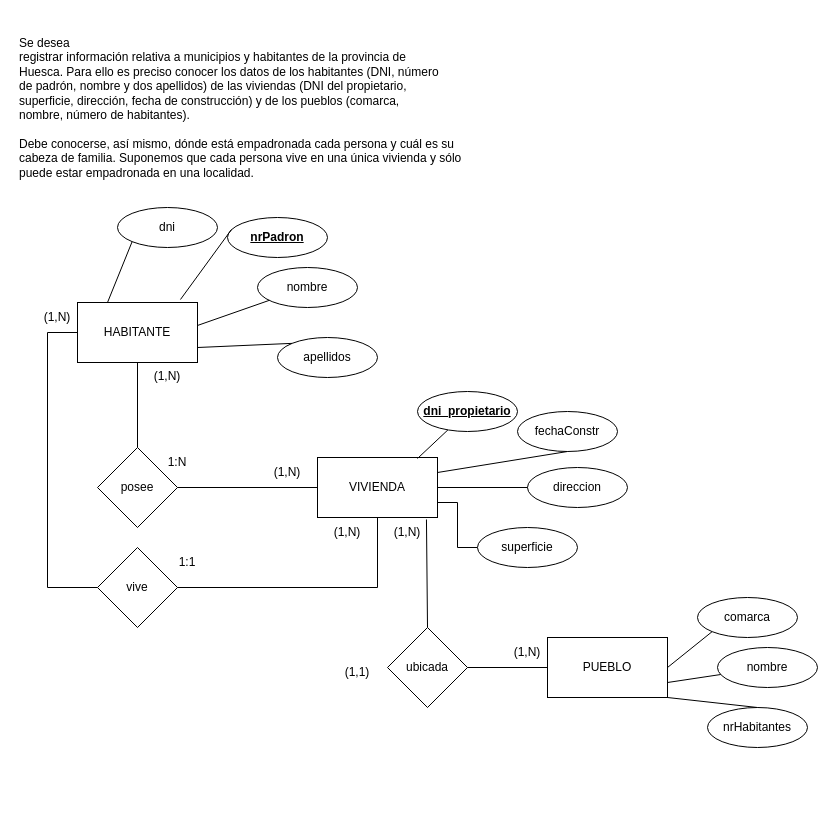
Earlier version of the draw.io diagram U7T2.drawio (memfu/BBDD). Source tidied: cells renumbered, new cells numbered last; positions are measured from the earlier drawing's top-left corner, leaving out a move shared by most shapes. Both pictures are drawn from the tidied source at 100%, with x=0, y=0 at pixel (17, 17).
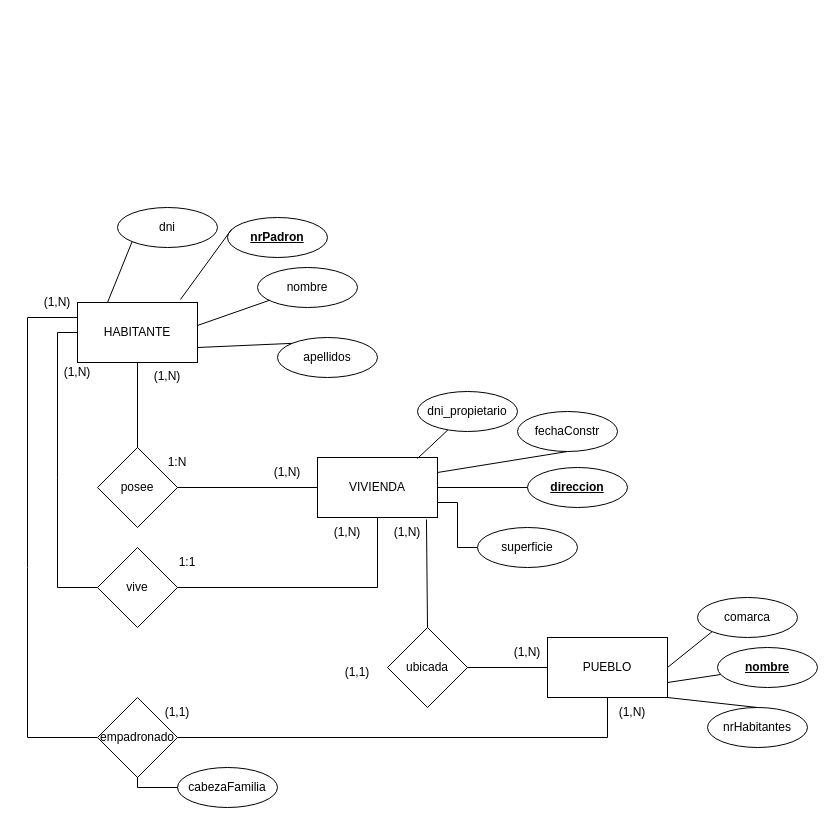
Above is the later version.

Unchanged cells that the change refers to:
```xml
<mxCell id="2" value="HABITANTE" style="rounded=0;whiteSpace=wrap;html=1;" parent="1" vertex="1">
  <mxGeometry x="60" y="285" width="120" height="60" as="geometry" />
</mxCell>
<mxCell id="4" value="PUEBLO" style="rounded=0;whiteSpace=wrap;html=1;" parent="1" vertex="1">
  <mxGeometry x="530" y="620" width="120" height="60" as="geometry" />
</mxCell>
<mxCell id="31" value="vive" style="rhombus;whiteSpace=wrap;html=1;" parent="1" vertex="1">
  <mxGeometry x="80" y="530" width="80" height="80" as="geometry" />
</mxCell>
```

What changed in the source:
```diff
@@
-    <mxCell id="6" value="&lt;p style=&quot;mso-list:none;tab-stops:36.0pt&quot; class=&quot;Pregunta&quot;&gt;&lt;span lang=&quot;ES&quot;&gt;Se desea&#10;registrar información relativa a municipios y habitantes de la provincia de&#10;Huesca. Para ello es preciso conocer los datos de los habitantes (DNI, número&#10;de padrón, nombre y dos apellidos) de las viviendas (DNI del propietario,&#10;superficie, dirección, fecha de construcción) y de los pueblos (comarca,&#10;nombre, número de habitantes).&lt;br&gt;&#10;Debe conocerse, así mismo, dónde está empadronada cada persona y cuál es su&#10;cabeza de familia. Suponemos que cada persona vive en una única vivienda y sólo&#10;puede estar empadronada en una localidad.&lt;/span&gt;&lt;/p&gt;" style="text;whiteSpace=wrap;html=1;" parent="1" vertex="1">
-      <mxGeometry width="460" height="190" as="geometry" />
-    </mxCell>
-    <mxCell id="7" value="nombre" style="ellipse;whiteSpace=wrap;html=1;" parent="1" vertex="1">
+    <mxCell id="7" value="nombre" style="ellipse;whiteSpace=wrap;html=1;fontStyle=5;" parent="1" vertex="1">
       <mxGeometry x="700" y="630" width="100" height="40" as="geometry" />
     </mxCell>
@@
-    <mxCell id="9" value="direccion" style="ellipse;whiteSpace=wrap;html=1;" parent="1" vertex="1">
+    <mxCell id="9" value="direccion" style="ellipse;whiteSpace=wrap;html=1;fontStyle=5;" parent="1" vertex="1">
       <mxGeometry x="510" y="450" width="100" height="40" as="geometry" />
     </mxCell>
@@
-    <mxCell id="16" value="&lt;b&gt;&lt;u&gt;dni_propietario&lt;/u&gt;&lt;/b&gt;" style="ellipse;whiteSpace=wrap;html=1;" parent="1" vertex="1">
+    <mxCell id="16" value="&lt;span&gt;&lt;span&gt;dni_propietario&lt;/span&gt;&lt;/span&gt;" style="ellipse;whiteSpace=wrap;html=1;fontStyle=0;" parent="1" vertex="1">
       <mxGeometry x="400" y="374" width="100" height="40" as="geometry" />
     </mxCell>
@@
     <mxCell id="32" style="endArrow=none;html=1;rounded=0;entryX=0;entryY=0.5;entryDx=0;entryDy=0;exitX=0;exitY=0.5;exitDx=0;exitDy=0;" parent="1" edge="1" source="31" target="2">
       <mxGeometry relative="1" as="geometry">
         <Array as="points">
-          <mxPoint x="30" y="570" />
-          <mxPoint x="30" y="315" />
+          <mxPoint x="40" y="570" />
+          <mxPoint x="40" y="460" />
+          <mxPoint x="40" y="315" />
         </Array>
       </mxGeometry>
     </mxCell>
@@
     <mxCell id="37" value="(1,N)" style="text;html=1;strokeColor=none;fillColor=none;align=center;verticalAlign=middle;whiteSpace=wrap;rounded=0;" parent="1" vertex="1">
-      <mxGeometry x="10" y="285" width="60" height="30" as="geometry" />
+      <mxGeometry x="30" y="340" width="60" height="30" as="geometry" />
     </mxCell>
@@
+    <mxCell id="46" value="empadronado" style="rhombus;whiteSpace=wrap;html=1;" parent="1" vertex="1">
+      <mxGeometry x="80" y="680" width="80" height="80" as="geometry" />
+    </mxCell>
+    <mxCell id="47" style="endArrow=none;html=1;rounded=0;entryX=0;entryY=0.25;entryDx=0;entryDy=0;exitX=0;exitY=0.5;exitDx=0;exitDy=0;" parent="1" edge="1" source="46" target="2">
+      <mxGeometry relative="1" as="geometry">
+        <Array as="points">
+          <mxPoint x="10" y="720" />
+          <mxPoint x="10" y="550" />
+          <mxPoint x="10" y="300" />
+        </Array>
+      </mxGeometry>
+    </mxCell>
+    <mxCell id="48" style="endArrow=none;html=1;rounded=0;entryX=0.5;entryY=1;entryDx=0;entryDy=0;exitX=1;exitY=0.5;exitDx=0;exitDy=0;" parent="1" edge="1" source="46" target="4">
+      <mxGeometry relative="1" as="geometry">
+        <Array as="points">
+          <mxPoint x="590" y="720" />
+        </Array>
+      </mxGeometry>
+    </mxCell>
+    <mxCell id="49" value="(1,N)" style="text;html=1;strokeColor=none;fillColor=none;align=center;verticalAlign=middle;whiteSpace=wrap;rounded=0;" parent="1" vertex="1">
+      <mxGeometry x="10" y="270" width="60" height="30" as="geometry" />
+    </mxCell>
+    <mxCell id="50" value="(1,N)" style="text;html=1;strokeColor=none;fillColor=none;align=center;verticalAlign=middle;whiteSpace=wrap;rounded=0;" parent="1" vertex="1">
+      <mxGeometry x="585" y="680" width="60" height="30" as="geometry" />
+    </mxCell>
+    <mxCell id="51" value="(1,1)" style="text;html=1;strokeColor=none;fillColor=none;align=center;verticalAlign=middle;whiteSpace=wrap;rounded=0;" parent="1" vertex="1">
+      <mxGeometry x="130" y="680" width="60" height="30" as="geometry" />
+    </mxCell>
+    <mxCell id="52" value="cabezaFamilia" style="ellipse;whiteSpace=wrap;html=1;" parent="1" vertex="1">
+      <mxGeometry x="160" y="750" width="100" height="40" as="geometry" />
+    </mxCell>
+    <mxCell id="53" style="endArrow=none;html=1;rounded=0;entryX=0.5;entryY=1;entryDx=0;entryDy=0;exitX=0;exitY=0.5;exitDx=0;exitDy=0;" parent="1" edge="1" source="52" target="46">
+      <mxGeometry relative="1" as="geometry">
+        <Array as="points">
+          <mxPoint x="120" y="770" />
+        </Array>
+      </mxGeometry>
+    </mxCell>
```
